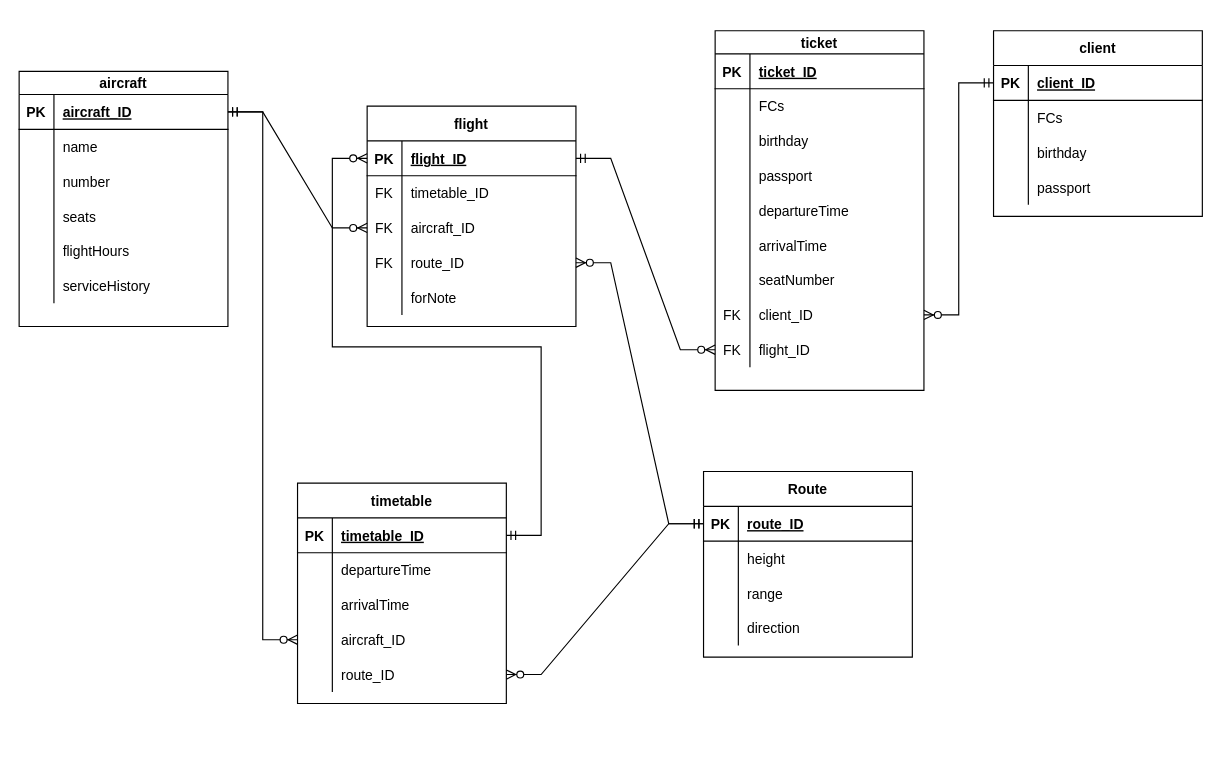
1DeMeNToR1/RocketModUpdater_32 keeps this draw.io diagram as ERRR.drawio. Above is the earlier version. Source tidied: cells renumbered, new cells numbered last; positions are measured from the earlier drawing's top-left corner, leaving out a move shared by most shapes. Both pictures are drawn from the tidied source at 116%, with x=0, y=0 at pixel (19, 30).
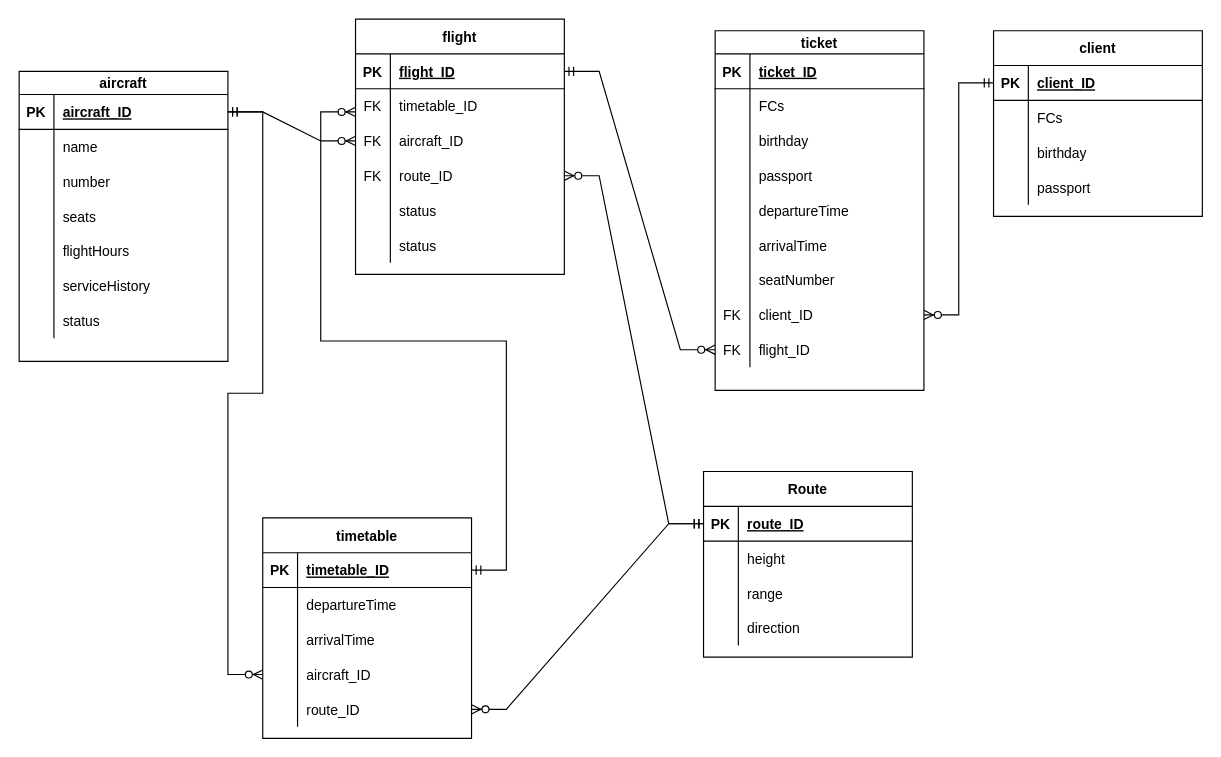
The same diagram, later.

Unchanged cells that the change refers to:
```xml
<mxCell id="63" style="shape=tableRow;horizontal=0;startSize=0;swimlaneHead=0;swimlaneBody=0;fillColor=none;points=[[0,0.5],[1,0.5]];portConstraint=eastwest;top=0;left=0;right=0;bottom=1;" parent="62" vertex="1">
  <mxGeometry y="30" width="180" height="30" as="geometry" />
</mxCell>
<mxCell id="92" style="shape=tableRow;horizontal=0;startSize=0;swimlaneHead=0;swimlaneBody=0;fillColor=none;top=0;left=0;right=0;bottom=0;" parent="79" vertex="1">
  <mxGeometry y="150" width="180" height="30" as="geometry" />
</mxCell>
```

Change to the diagram source:
```diff
@@
     <mxCell id="2" value="aircraft" style="shape=table;startSize=20;childLayout=tableLayout;rowLines=0;fontStyle=1;align=center;" parent="1" vertex="1">
-      <mxGeometry y="35" width="180" height="220" as="geometry" />
+      <mxGeometry y="35" width="180" height="250" as="geometry" />
     </mxCell>
@@
+    <mxCell id="114" style="shape=tableRow;horizontal=0;startSize=0;swimlaneHead=0;swimlaneBody=0;fillColor=none;top=0;left=0;right=0;bottom=0;" parent="2" vertex="1">
+      <mxGeometry y="200" width="180" height="30" as="geometry" />
+    </mxCell>
+    <mxCell id="115" style="shape=partialRectangle;fillColor=none;top=0;left=0;bottom=0;right=0;overflow=hidden;" parent="114" vertex="1">
+      <mxGeometry width="30" height="30" as="geometry" />
+    </mxCell>
+    <mxCell id="116" value="status" style="shape=partialRectangle;fillColor=none;top=0;left=0;bottom=0;right=0;align=left;spacingLeft=6;overflow=hidden;" parent="114" vertex="1">
+      <mxGeometry x="30" width="150" height="30" as="geometry" />
+    </mxCell>
@@
     <mxCell id="62" value="timetable" style="shape=table;startSize=30;childLayout=tableLayout;rowLines=0;fontStyle=1;align=center;" parent="1" vertex="1">
-      <mxGeometry x="240" y="390" width="180" height="190" as="geometry" />
+      <mxGeometry x="210" y="420" width="180" height="190" as="geometry" />
     </mxCell>
@@
     <mxCell id="79" value="flight" style="shape=table;startSize=30;childLayout=tableLayout;rowLines=0;fontStyle=1;align=center;" parent="1" vertex="1">
-      <mxGeometry x="300" y="65" width="180" height="190" as="geometry" />
+      <mxGeometry x="290" y="-10" width="180" height="220" as="geometry" />
     </mxCell>
@@
-    <mxCell id="94" value="forNote" style="shape=partialRectangle;fillColor=none;top=0;left=0;bottom=0;right=0;align=left;spacingLeft=6;overflow=hidden;" parent="92" vertex="1">
+    <mxCell id="94" value="status" style="shape=partialRectangle;fillColor=none;top=0;left=0;bottom=0;right=0;align=left;spacingLeft=6;overflow=hidden;" parent="92" vertex="1">
       <mxGeometry x="30" width="150" height="30" as="geometry" />
     </mxCell>
+    <mxCell id="117" style="shape=tableRow;horizontal=0;startSize=0;swimlaneHead=0;swimlaneBody=0;fillColor=none;top=0;left=0;right=0;bottom=0;" parent="79" vertex="1">
+      <mxGeometry y="180" width="180" height="30" as="geometry" />
+    </mxCell>
+    <mxCell id="118" style="shape=partialRectangle;fillColor=none;top=0;left=0;bottom=0;right=0;overflow=hidden;" parent="117" vertex="1">
+      <mxGeometry width="30" height="30" as="geometry" />
+    </mxCell>
+    <mxCell id="119" value="status" style="shape=partialRectangle;fillColor=none;top=0;left=0;bottom=0;right=0;align=left;spacingLeft=6;overflow=hidden;" parent="117" vertex="1">
+      <mxGeometry x="30" width="150" height="30" as="geometry" />
+    </mxCell>
@@
     <mxCell id="113" style="edgeStyle=entityRelationEdgeStyle;fontSize=12;html=1;endArrow=ERzeroToMany;startArrow=ERmandOne;rounded=0;exitX=1;exitY=0.5;exitDx=0;exitDy=0;" parent="1" edge="1" source="63">
       <mxGeometry relative="1" as="geometry">
-        <mxPoint x="300" y="110" as="targetPoint" />
+        <mxPoint x="290" y="70" as="targetPoint" />
       </mxGeometry>
     </mxCell>
```
